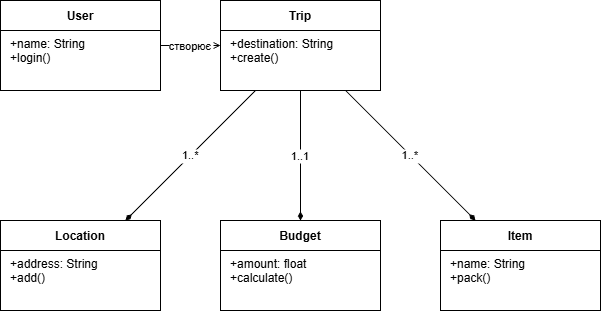
The draw.io diagram diagrams/classdiagram.png in maximumhaze/bse-lr1-kozinskyi, before a commit. Source tidied: cells renumbered, new cells last; positions are measured from the earlier drawing's top-left corner, leaving out a move shared by most shapes.
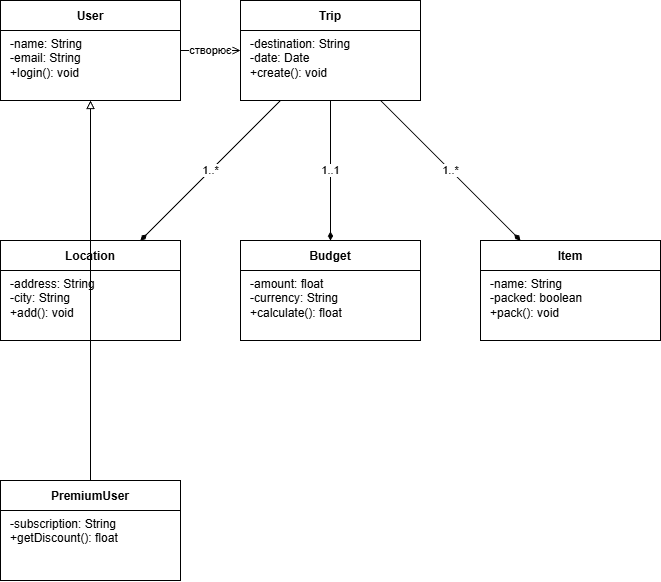
The same file after the commit.

Diff of the diagram source:
```diff
@@ -2,47 +2,59 @@
   <root>
     <mxCell id="0" />
     <mxCell id="1" parent="0" />
-    <mxCell id="2" value="User" style="swimlane;startSize=30;fontStyle=1;" parent="1" vertex="1">
-      <mxGeometry width="160" height="90" as="geometry" />
-    </mxCell>
-    <mxCell id="3" value="+name: String&#10;+login()" style="text;align=left;spacingLeft=8;html=1;" parent="2" vertex="1">
-      <mxGeometry y="30" width="160" height="60" as="geometry" />
-    </mxCell>
-    <mxCell id="4" value="Trip" style="swimlane;startSize=30;fontStyle=1;" parent="1" vertex="1">
-      <mxGeometry x="220" width="160" height="90" as="geometry" />
-    </mxCell>
-    <mxCell id="5" value="+destination: String&#10;+create()" style="text;align=left;spacingLeft=8;html=1;" parent="4" vertex="1">
-      <mxGeometry y="30" width="160" height="60" as="geometry" />
-    </mxCell>
-    <mxCell id="6" value="Location" style="swimlane;startSize=30;fontStyle=1;" parent="1" vertex="1">
-      <mxGeometry y="220" width="160" height="90" as="geometry" />
-    </mxCell>
-    <mxCell id="7" value="+address: String&#10;+add()" style="text;align=left;spacingLeft=8;html=1;" parent="6" vertex="1">
-      <mxGeometry y="30" width="160" height="60" as="geometry" />
-    </mxCell>
-    <mxCell id="8" value="Budget" style="swimlane;startSize=30;fontStyle=1;" parent="1" vertex="1">
-      <mxGeometry x="220" y="220" width="160" height="90" as="geometry" />
-    </mxCell>
-    <mxCell id="9" value="+amount: float&#10;+calculate()" style="text;align=left;spacingLeft=8;html=1;" parent="8" vertex="1">
-      <mxGeometry y="30" width="160" height="60" as="geometry" />
-    </mxCell>
-    <mxCell id="10" value="Item" style="swimlane;startSize=30;fontStyle=1;" parent="1" vertex="1">
-      <mxGeometry x="440" y="220" width="160" height="90" as="geometry" />
+    <mxCell id="10" value="User" style="swimlane;startSize=30;fontStyle=1;" parent="1" vertex="1">
+      <mxGeometry width="180" height="100" as="geometry" />
     </mxCell>
-    <mxCell id="11" value="+name: String&#10;+pack()" style="text;align=left;spacingLeft=8;html=1;" parent="10" vertex="1">
-      <mxGeometry y="30" width="160" height="60" as="geometry" />
+    <mxCell id="11" value="-name: String&#10;-email: String&#10;+login(): void" style="text;align=left;spacingLeft=8;html=1;" parent="10" vertex="1">
+      <mxGeometry y="30" width="180" height="70" as="geometry" />
     </mxCell>
-    <mxCell id="12" value="створює" style="endArrow=open;endFill=0;" parent="1" edge="1" source="2" target="4">
-      <mxGeometry relative="1" as="geometry" />
+    <mxCell id="12" value="Trip" style="swimlane;startSize=30;fontStyle=1;" parent="1" vertex="1">
+      <mxGeometry x="240" width="180" height="100" as="geometry" />
     </mxCell>
-    <mxCell id="13" value="1..*" style="endArrow=diamondThin;endFill=1;startArrow=none;" parent="1" edge="1" source="4" target="6">
-      <mxGeometry relative="1" as="geometry" />
+    <mxCell id="13" value="-destination: String&#10;-date: Date&#10;+create(): void" style="text;align=left;spacingLeft=8;html=1;" parent="12" vertex="1">
+      <mxGeometry y="30" width="180" height="70" as="geometry" />
     </mxCell>
-    <mxCell id="14" value="1..1" style="endArrow=diamondThin;endFill=1;startArrow=none;" parent="1" edge="1" source="4" target="8">
-      <mxGeometry relative="1" as="geometry" />
+    <mxCell id="14" value="Location" style="swimlane;startSize=30;fontStyle=1;" parent="1" vertex="1">
+      <mxGeometry y="240" width="180" height="100" as="geometry" />
     </mxCell>
-    <mxCell id="15" value="1..*" style="endArrow=diamondThin;endFill=1;startArrow=none;" parent="1" edge="1" source="4" target="10">
-      <mxGeometry relative="1" as="geometry" />
+    <mxCell id="15" value="-address: String&#10;-city: String&#10;+add(): void" style="text;align=left;spacingLeft=8;html=1;" parent="14" vertex="1">
+      <mxGeometry y="30" width="180" height="70" as="geometry" />
     </mxCell>
+    <mxCell id="8" value="Budget" style="swimlane;startSize=30;fontStyle=1;" parent="1" vertex="1">
+      <mxGeometry x="240" y="240" width="180" height="100" as="geometry" />
+    </mxCell>
+    <mxCell id="16" value="-amount: float&#10;-currency: String&#10;+calculate(): float" style="text;align=left;spacingLeft=8;html=1;" parent="8" vertex="1">
+      <mxGeometry y="30" width="180" height="70" as="geometry" />
+    </mxCell>
+    <mxCell id="17" value="Item" style="swimlane;startSize=30;fontStyle=1;" parent="1" vertex="1">
+      <mxGeometry x="480" y="240" width="180" height="100" as="geometry" />
+    </mxCell>
+    <mxCell id="18" value="-name: String&#10;-packed: boolean&#10;+pack(): void" style="text;align=left;spacingLeft=8;html=1;" parent="17" vertex="1">
+      <mxGeometry y="30" width="180" height="70" as="geometry" />
+    </mxCell>
+    <mxCell id="19" value="PremiumUser" style="swimlane;startSize=30;fontStyle=1;" parent="1" vertex="1">
+      <mxGeometry y="480" width="180" height="100" as="geometry" />
+    </mxCell>
+    <mxCell id="20" value="-subscription: String&#10;+getDiscount(): float" style="text;align=left;spacingLeft=8;html=1;" parent="19" vertex="1">
+      <mxGeometry y="30" width="180" height="70" as="geometry" />
+    </mxCell>
+    <mxCell id="21" value="створює" style="endArrow=open;endFill=0;html=1;" parent="1" edge="1" source="10" target="12">
+      <mxGeometry relative="1" as="geometry" />
+    </mxCell>
+    <mxCell id="22" value="1..*" style="endArrow=diamondThin;endFill=1;html=1;" parent="1" edge="1" source="12" target="14">
+      <mxGeometry relative="1" as="geometry" />
+    </mxCell>
+    <mxCell id="23" value="1..1" style="endArrow=diamondThin;endFill=1;html=1;" parent="1" edge="1" source="12" target="8">
+      <mxGeometry relative="1" as="geometry" />
+    </mxCell>
+    <mxCell id="24" value="1..*" style="endArrow=diamondThin;endFill=1;html=1;" parent="1" edge="1" source="12" target="17">
+      <mxGeometry relative="1" as="geometry" />
+    </mxCell>
+    <mxCell id="25" style="endArrow=block;endFill=0;html=1;" parent="1" edge="1" source="19" target="10">
+      <mxGeometry relative="1" as="geometry" />
+    </mxCell>
+    <mxCell id="4" value="Trip" style="swimlane;startSize=30;fontStyle=1;" parent="1" vertex="1">
+      <mxGeometry x="240" width="180" height="100" as="geometry" />
+    </mxCell>
   </root>
 </mxGraphModel>
```
